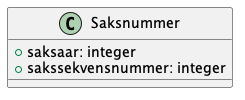
Before: Dokumentasjon/V1/ClassDiagrams/no.ks.fiks.saksfaser.v1.felles.saksnummer/classdiagram.png, a diagram exported from PlantUML (ks-no/fiks-saksfaser-specification).
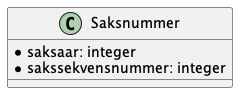
Above is the later version.

The edit, as a diff of the source:
```diff
@@ -1,8 +1,8 @@
 @startuml
 
 class Saksnummer {
-    +saksaar: integer
-    +sakssekvensnummer: integer
+    *saksaar: integer
+    *sakssekvensnummer: integer
 }
 
 @enduml
```
